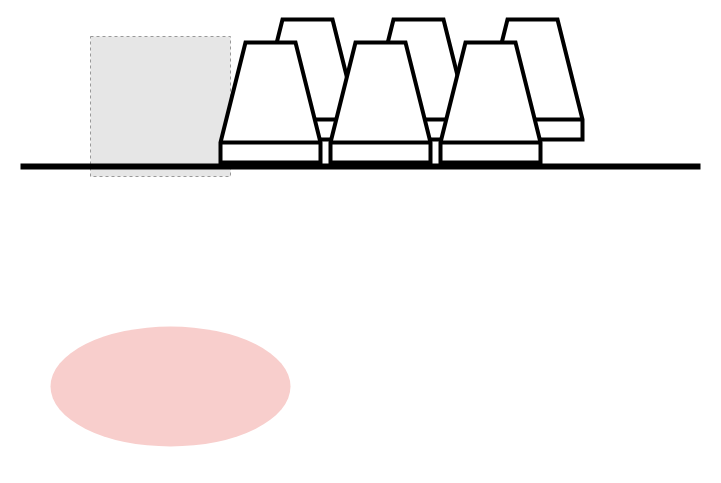
The draw.io diagram seed-LDRD.drawio in jmctigue/drawio, before the edit. Source tidied: cells renumbered, new cells numbered last; positions are measured from the earlier drawing's top-left corner, leaving out a move shared by most shapes. Both pictures are drawn from the tidied source at 100%, with x=0, y=0 at pixel (20, 19). Pictures stored in the file or linked from it are replaced by grey dashed boxes.
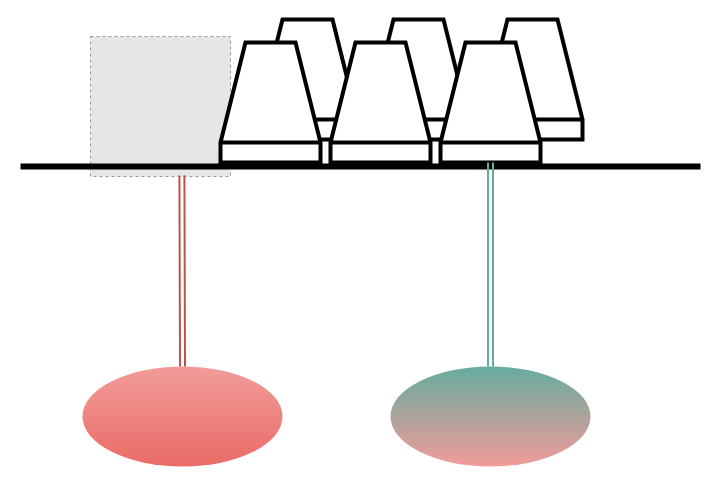
After the change.

What changed in the source:
```diff
@@
 <mxGraphModel>
   <root>
     <mxCell id="0" />
     <mxCell id="1" parent="0" />
     <mxCell id="2" style="verticalLabelPosition=bottom;align=center;dashed=0;html=1;verticalAlign=top;shape=mxgraph.pid.misc.cooling_tower;strokeWidth=4;" parent="1" vertex="1">
       <mxGeometry x="462" width="100" height="120" as="geometry" />
     </mxCell>
     <mxCell id="3" style="verticalLabelPosition=bottom;align=center;dashed=0;html=1;verticalAlign=top;shape=mxgraph.pid.misc.cooling_tower;strokeWidth=4;" parent="1" vertex="1">
       <mxGeometry x="348" width="100" height="120" as="geometry" />
     </mxCell>
     <mxCell id="4" style="verticalLabelPosition=bottom;align=center;dashed=0;html=1;verticalAlign=top;shape=mxgraph.pid.misc.cooling_tower;strokeWidth=4;" parent="1" vertex="1">
       <mxGeometry x="237" width="100" height="120" as="geometry" />
     </mxCell>
     <mxCell id="5" value=" " style="fillColor=#E6E6E6;strokeColor=#999999;dashed=1;html=1;verticalAlign=top;verticalLabelPosition=bottom;labelBackgroundColor=#ffffff;" parent="1" vertex="1">
       <mxGeometry x="70" y="17" width="140" height="140" as="geometry" />
     </mxCell>
     <mxCell id="6" style="verticalLabelPosition=bottom;align=center;dashed=0;html=1;verticalAlign=top;shape=mxgraph.pid.misc.cooling_tower;strokeWidth=4;" parent="1" vertex="1">
       <mxGeometry x="200" y="23" width="100" height="120" as="geometry" />
     </mxCell>
     <mxCell id="7" style="verticalLabelPosition=bottom;align=center;dashed=0;html=1;verticalAlign=top;shape=mxgraph.pid.misc.cooling_tower;strokeWidth=4;" parent="1" vertex="1">
       <mxGeometry x="310" y="23" width="100" height="120" as="geometry" />
     </mxCell>
     <mxCell id="8" style="verticalLabelPosition=bottom;outlineConnect=0;align=center;dashed=0;html=1;verticalAlign=top;shape=mxgraph.pid.misc.cooling_tower;strokeWidth=4;" parent="1" vertex="1">
       <mxGeometry x="420" y="23" width="100" height="120" as="geometry" />
     </mxCell>
     <mxCell id="9" style="endArrow=none;html=1;rounded=0;strokeWidth=6;" parent="1" edge="1">
       <mxGeometry relative="1" as="geometry">
         <mxPoint y="147" as="sourcePoint" />
         <mxPoint x="680" y="147" as="targetPoint" />
       </mxGeometry>
     </mxCell>
-    <mxCell id="10" style="ellipse;whiteSpace=wrap;html=1;shapeInside=1;fillColor=#f8cecc;strokeColor=none;shadow=0;glass=0;" parent="1" vertex="1">
-      <mxGeometry x="30" y="307" width="240" height="120" as="geometry" />
+    <mxCell id="10" style="ellipse;whiteSpace=wrap;html=1;shapeInside=1;fillColor=#EA6B66;strokeColor=none;shadow=0;glass=0;gradientColor=#F19C99;gradientDirection=north;" parent="1" vertex="1">
+      <mxGeometry x="62" y="347" width="200" height="100" as="geometry" />
     </mxCell>
+    <mxCell id="11" style="ellipse;whiteSpace=wrap;html=1;shapeInside=1;fillColor=#67AB9F;strokeColor=none;shadow=0;glass=0;gradientColor=#F19C99;gradientDirection=south;" parent="1" vertex="1">
+      <mxGeometry x="370" y="347" width="200" height="100" as="geometry" />
+    </mxCell>
+    <mxCell id="12" style="shape=link;endArrow=classic;startArrow=classic;html=1;rounded=0;exitX=0.5;exitY=0;exitDx=0;exitDy=0;entryX=0.653;entryY=0.992;entryDx=0;entryDy=0;entryPerimeter=0;strokeWidth=2;fillColor=#f8cecc;strokeColor=#b85450;" parent="1" edge="1" source="10" target="5">
+      <mxGeometry relative="1" as="geometry" />
+    </mxCell>
+    <mxCell id="13" style="shape=link;endArrow=classic;startArrow=classic;html=1;rounded=0;exitX=0.5;exitY=0;exitDx=0;exitDy=0;strokeWidth=2;fillColor=#f8cecc;strokeColor=#67AB9F;" parent="1" edge="1" source="11" target="8">
+      <mxGeometry relative="1" as="geometry" />
+    </mxCell>
   </root>
 </mxGraphModel>
```
